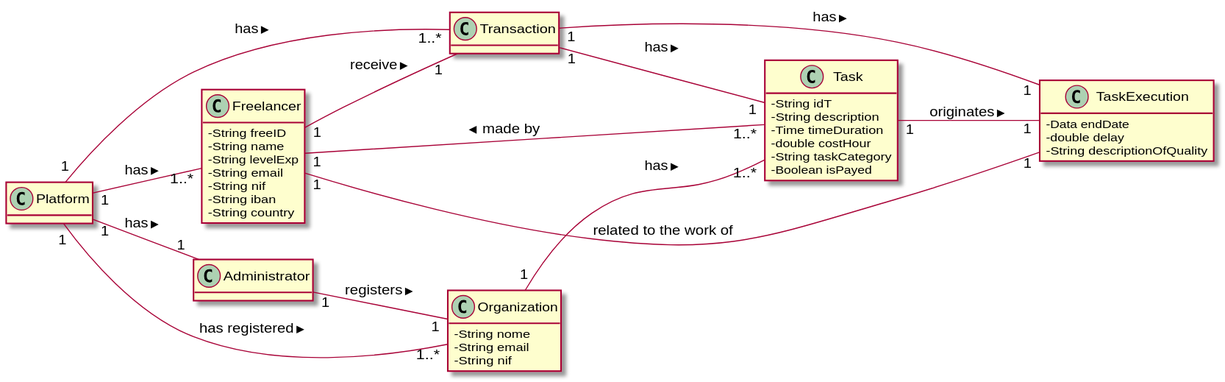
Above: docs/UC9 - Check Freelancer Performance/UC9_MD.svg in 1190452/LAPR2 (PlantUML), before the change. Source of this version:
```plantuml
@startuml
skinparam classAttributeIconSize 0
hide methods
left to right direction

class Platform{
}
class Freelancer {
  -String freeID
  -String name
  -String levelExp
  -String email
  -String nif
  -String iban
  -String country
}

class Organization {
  -String nome
  -String email
  -String nif
}


class Task {
  -String idT
  -String description
  -Time timeDuration
  -double costHour
  -String taskCategory
  -Boolean isPayed
}

class Transaction {

}


class Administrator {
}


class TaskExecution{
  -Data endDate
  -double delay
  -String descriptionOfQuality
  }

Freelancer "1" -- "1" Transaction: receive >


Task "1..*" -- "1" Freelancer: made by >


Platform "1" -- "1..*" Transaction: has >
Platform "1" -- "1" Administrator: has >
Platform "1" -- "1..*" Organization: has registered >
Platform "1" -- "1..*" Freelancer: has >


Organization "1" -- "1..*" Task: has >


Administrator "1" -- "1" Organization: registers >

Transaction "1" -- "1" Task: has >
Transaction "1" -- "1" TaskExecution: has >


TaskExecution "1" -- "1" Freelancer: related to the work of

Task "1" -- "1" TaskExecution : originates >
@enduml
```
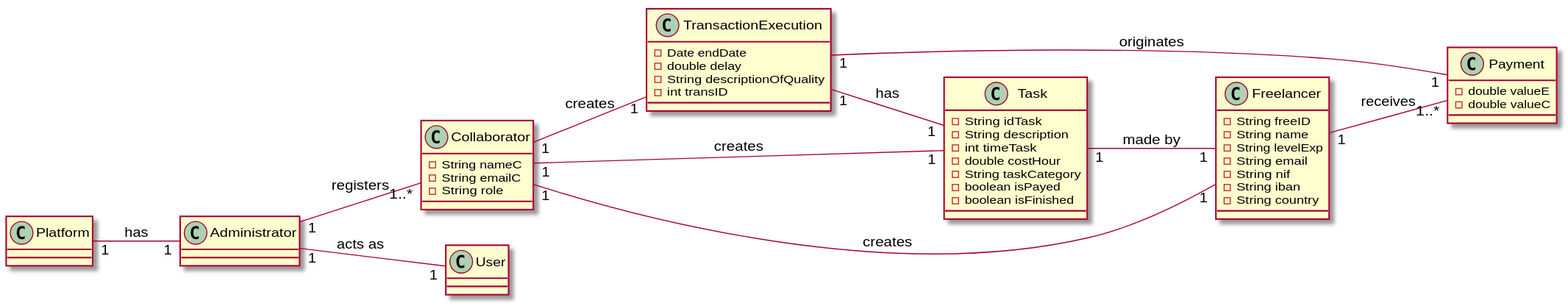
After the change.

Diff of the diagram source:
```diff
@@ -1,10 +1,34 @@
 @startuml
-skinparam classAttributeIconSize 0
-hide methods
 left to right direction
 
-class Platform{
+class Collaborator{
+  -String nameC
+  -String emailC
+  -String role
+  }
+
+class TransactionExecution {
+  -Date endDate
+  -double delay
+  -String descriptionOfQuality
+  -int transID
+  }
+
+class Task{
+  -String idTask
+  -String description
+  -int timeTask
+  -double costHour
+  -String taskCategory
+  -boolean isPayed
+  -boolean isFinished
+  }
+
+class Payment{
+  -double valueE
+  -double valueC
 }
+
 class Freelancer {
   -String freeID
   -String name
@@ -15,59 +39,20 @@
   -String country
 }
 
-class Organization {
-  -String nome
-  -String email
-  -String nif
-}
 
+Platform "1" -- "1" Administrator : has
 
-class Task {
-  -String idT
-  -String description
-  -Time timeDuration
-  -double costHour
-  -String taskCategory
-  -Boolean isPayed
-}
+Administrator "1" -- "1" User : acts as
+Administrator "1" -- "1..*" Collaborator : registers
 
-class Transaction {
+Collaborator "1" -- "1" TransactionExecution: creates
+Collaborator "1" -- "1" Freelancer: creates
+Collaborator "1" -- "1" Task: creates
 
-}
+TransactionExecution "1" -- "1" Task: has
+TransactionExecution "1" -- "1" Payment: originates
 
+Task "1" -- "1" Freelancer: made by
 
-class Administrator {
-}
-
-
-class TaskExecution{
-  -Data endDate
-  -double delay
-  -String descriptionOfQuality
-  }
-
-Freelancer "1" -- "1" Transaction: receive >
-
-
-Task "1..*" -- "1" Freelancer: made by >
-
-
-Platform "1" -- "1..*" Transaction: has >
-Platform "1" -- "1" Administrator: has >
-Platform "1" -- "1..*" Organization: has registered >
-Platform "1" -- "1..*" Freelancer: has >
-
-
-Organization "1" -- "1..*" Task: has >
-
-
-Administrator "1" -- "1" Organization: registers >
-
-Transaction "1" -- "1" Task: has >
-Transaction "1" -- "1" TaskExecution: has >
-
-
-TaskExecution "1" -- "1" Freelancer: related to the work of
-
-Task "1" -- "1" TaskExecution : originates >
+Freelancer "1" -- "1..*" Payment: receives
 @enduml
```
